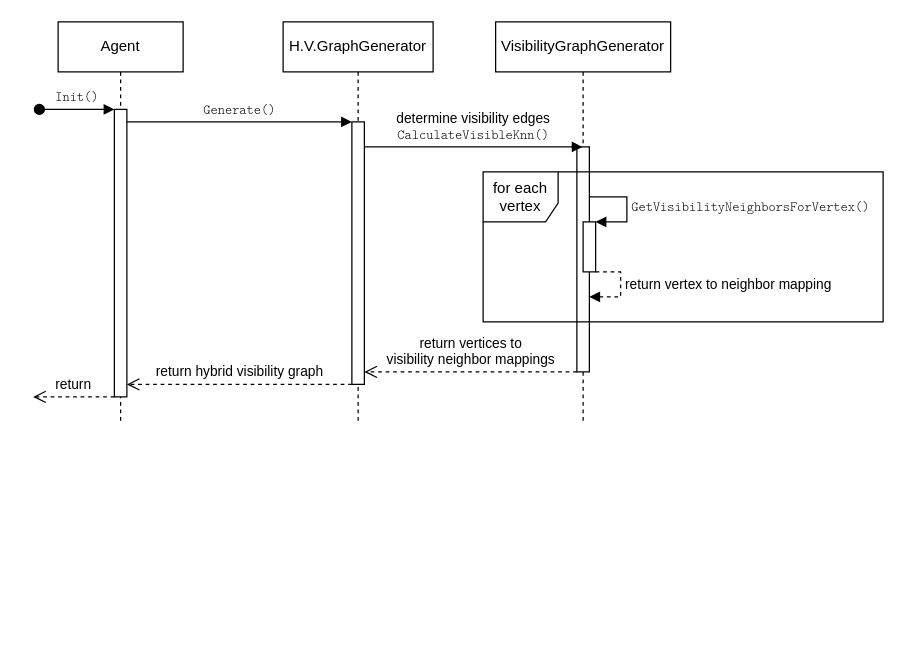
Earlier version of the draw.io diagram doc/components-sequence-generation.drawio (hauke96/master-thesis). Source tidied: cells renumbered, new cells numbered last; positions are measured from the earlier drawing's top-left corner, leaving out a move shared by most shapes. Both pictures are drawn from the tidied source at 125%, with x=0, y=0 at pixel (32, 21).
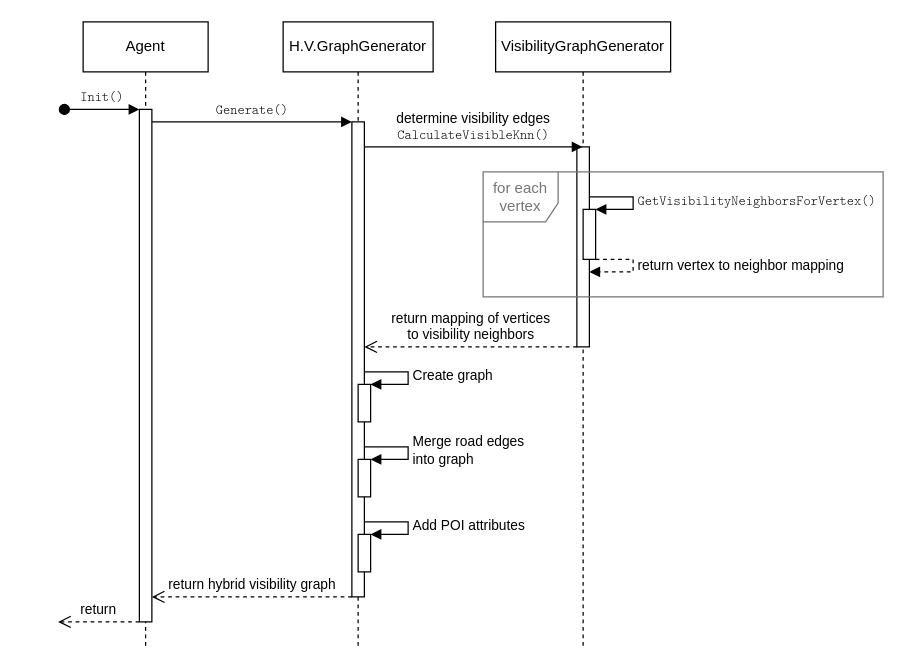
After the change.

Commit message (it also covers changes not shown here):
Add sequence diagrams to design chapter

What changed in the source:
```diff
@@
     <mxCell id="2" value="Agent" style="shape=umlLifeline;perimeter=lifelinePerimeter;whiteSpace=wrap;html=1;newEdgeStyle={&quot;edgeStyle&quot;:&quot;elbowEdgeStyle&quot;,&quot;elbow&quot;:&quot;vertical&quot;,&quot;curved&quot;:0,&quot;rounded&quot;:0};fontFamily=Linux Libertine;verticalAlign=middle;spacing=2;" parent="1" vertex="1">
-      <mxGeometry x="20" width="100" height="320" as="geometry" />
+      <mxGeometry x="40" width="100" height="500" as="geometry" />
     </mxCell>
     <mxCell id="3" style="html=1;points=[];perimeter=orthogonalPerimeter;outlineConnect=0;targetShapes=umlLifeline;portConstraint=eastwest;newEdgeStyle={&quot;edgeStyle&quot;:&quot;elbowEdgeStyle&quot;,&quot;elbow&quot;:&quot;vertical&quot;,&quot;curved&quot;:0,&quot;rounded&quot;:0};fontFamily=Linux Libertine;" parent="2" vertex="1">
-      <mxGeometry x="45" y="70" width="10" height="230" as="geometry" />
+      <mxGeometry x="45" y="70" width="10" height="410" as="geometry" />
     </mxCell>
@@
     <mxCell id="5" value="H.V.GraphGenerator" style="shape=umlLifeline;perimeter=lifelinePerimeter;whiteSpace=wrap;html=1;newEdgeStyle={&quot;edgeStyle&quot;:&quot;elbowEdgeStyle&quot;,&quot;elbow&quot;:&quot;vertical&quot;,&quot;curved&quot;:0,&quot;rounded&quot;:0};fontFamily=Linux Libertine;" parent="1" vertex="1">
-      <mxGeometry x="200" width="120" height="320" as="geometry" />
+      <mxGeometry x="200" width="120" height="500" as="geometry" />
     </mxCell>
     <mxCell id="6" style="html=1;points=[];perimeter=orthogonalPerimeter;outlineConnect=0;targetShapes=umlLifeline;portConstraint=eastwest;newEdgeStyle={&quot;edgeStyle&quot;:&quot;elbowEdgeStyle&quot;,&quot;elbow&quot;:&quot;vertical&quot;,&quot;curved&quot;:0,&quot;rounded&quot;:0};fontFamily=Linux Libertine;" parent="5" vertex="1">
-      <mxGeometry x="55" y="80" width="10" height="210" as="geometry" />
+      <mxGeometry x="55" y="80" width="10" height="380" as="geometry" />
     </mxCell>
+    <mxCell id="18" style="html=1;points=[];perimeter=orthogonalPerimeter;outlineConnect=0;targetShapes=umlLifeline;portConstraint=eastwest;newEdgeStyle={&quot;edgeStyle&quot;:&quot;elbowEdgeStyle&quot;,&quot;elbow&quot;:&quot;vertical&quot;,&quot;curved&quot;:0,&quot;rounded&quot;:0};" parent="5" vertex="1">
+      <mxGeometry x="60" y="290" width="10" height="30" as="geometry" />
+    </mxCell>
+    <mxCell id="19" value="&lt;font face=&quot;Linux Libertine&quot;&gt;Create graph&lt;br&gt;&lt;/font&gt;" style="html=1;align=left;spacingLeft=2;endArrow=block;rounded=0;edgeStyle=orthogonalEdgeStyle;curved=0;rounded=0;" parent="5" edge="1" target="18">
+      <mxGeometry relative="1" as="geometry">
+        <mxPoint x="65" y="280" as="sourcePoint" />
+        <Array as="points">
+          <mxPoint x="100" y="280" />
+          <mxPoint x="100" y="290" />
+        </Array>
+      </mxGeometry>
+    </mxCell>
+    <mxCell id="20" style="html=1;points=[];perimeter=orthogonalPerimeter;outlineConnect=0;targetShapes=umlLifeline;portConstraint=eastwest;newEdgeStyle={&quot;edgeStyle&quot;:&quot;elbowEdgeStyle&quot;,&quot;elbow&quot;:&quot;vertical&quot;,&quot;curved&quot;:0,&quot;rounded&quot;:0};" parent="5" vertex="1">
+      <mxGeometry x="60" y="350" width="10" height="30" as="geometry" />
+    </mxCell>
+    <mxCell id="21" value="&lt;div&gt;&lt;font face=&quot;Linux Libertine&quot;&gt;Merge road edges&lt;/font&gt;&lt;/div&gt;&lt;div&gt;&lt;font face=&quot;Linux Libertine&quot;&gt;into graph&lt;br&gt;&lt;/font&gt;&lt;/div&gt;" style="html=1;align=left;spacingLeft=2;endArrow=block;rounded=0;edgeStyle=orthogonalEdgeStyle;curved=0;rounded=0;" parent="5" edge="1" target="20">
+      <mxGeometry relative="1" as="geometry">
+        <mxPoint x="65" y="340" as="sourcePoint" />
+        <Array as="points">
+          <mxPoint x="100" y="340" />
+          <mxPoint x="100" y="350" />
+        </Array>
+      </mxGeometry>
+    </mxCell>
+    <mxCell id="22" style="html=1;points=[];perimeter=orthogonalPerimeter;outlineConnect=0;targetShapes=umlLifeline;portConstraint=eastwest;newEdgeStyle={&quot;edgeStyle&quot;:&quot;elbowEdgeStyle&quot;,&quot;elbow&quot;:&quot;vertical&quot;,&quot;curved&quot;:0,&quot;rounded&quot;:0};" parent="5" vertex="1">
+      <mxGeometry x="60" y="410" width="10" height="30" as="geometry" />
+    </mxCell>
+    <mxCell id="23" value="&lt;font face=&quot;Linux Libertine&quot;&gt;Add POI attributes&lt;br&gt;&lt;/font&gt;" style="html=1;align=left;spacingLeft=2;endArrow=block;rounded=0;edgeStyle=orthogonalEdgeStyle;curved=0;rounded=0;verticalAlign=middle;spacing=2;spacingBottom=0;spacingTop=0;" parent="5" edge="1" target="22">
+      <mxGeometry relative="1" as="geometry">
+        <mxPoint x="65" y="400" as="sourcePoint" />
+        <Array as="points">
+          <mxPoint x="100" y="400" />
+          <mxPoint x="100" y="410" />
+        </Array>
+      </mxGeometry>
+    </mxCell>
     <mxCell id="7" value="Generate()" style="html=1;verticalAlign=bottom;endArrow=block;edgeStyle=elbowEdgeStyle;elbow=vertical;curved=0;rounded=0;fontFamily=Latin Modern Mono Light;spacing=3;" parent="1" edge="1" source="3" target="6">
       <mxGeometry relative="1" as="geometry">
         <Array as="points">
-          <mxPoint x="160" y="80" />
+          <mxPoint x="180" y="80" />
         </Array>
       </mxGeometry>
     </mxCell>
     <mxCell id="8" value="return hybrid visibility graph" style="html=1;verticalAlign=bottom;endArrow=open;dashed=1;endSize=8;edgeStyle=elbowEdgeStyle;elbow=vertical;curved=0;rounded=0;fontFamily=Linux Libertine;spacing=3;" parent="1" edge="1" source="6" target="3">
       <mxGeometry relative="1" as="geometry">
         <Array as="points">
-          <mxPoint x="240" y="290" />
-          <mxPoint x="210" y="280" />
-          <mxPoint x="190" y="190" />
-          <mxPoint x="220" y="200" />
-          <mxPoint x="170" y="240" />
+          <mxPoint x="230" y="460" />
+          <mxPoint x="230" y="540" />
+          <mxPoint x="230" y="570" />
+          <mxPoint x="260" y="290" />
+          <mxPoint x="230" y="280" />
+          <mxPoint x="210" y="190" />
+          <mxPoint x="240" y="200" />
+          <mxPoint x="190" y="240" />
         </Array>
       </mxGeometry>
     </mxCell>
     <mxCell id="9" value="&lt;div&gt;VisibilityGraphGenerator&lt;/div&gt;" style="shape=umlLifeline;perimeter=lifelinePerimeter;whiteSpace=wrap;html=1;outlineConnect=0;portConstraint=eastwest;newEdgeStyle={&quot;edgeStyle&quot;:&quot;elbowEdgeStyle&quot;,&quot;elbow&quot;:&quot;vertical&quot;,&quot;curved&quot;:0,&quot;rounded&quot;:0};fontFamily=Linux Libertine;" parent="1" vertex="1">
-      <mxGeometry x="370" width="140" height="320" as="geometry" />
+      <mxGeometry x="370" width="140" height="500" as="geometry" />
     </mxCell>
     <mxCell id="10" style="html=1;points=[];perimeter=orthogonalPerimeter;outlineConnect=0;targetShapes=umlLifeline;portConstraint=eastwest;newEdgeStyle={&quot;edgeStyle&quot;:&quot;elbowEdgeStyle&quot;,&quot;elbow&quot;:&quot;vertical&quot;,&quot;curved&quot;:0,&quot;rounded&quot;:0};fontFamily=Linux Libertine;" parent="9" vertex="1">
-      <mxGeometry x="65" y="100" width="10" height="180" as="geometry" />
+      <mxGeometry x="65" y="100" width="10" height="160" as="geometry" />
     </mxCell>
     <mxCell id="11" style="html=1;points=[];perimeter=orthogonalPerimeter;outlineConnect=0;targetShapes=umlLifeline;portConstraint=eastwest;newEdgeStyle={&quot;edgeStyle&quot;:&quot;elbowEdgeStyle&quot;,&quot;elbow&quot;:&quot;vertical&quot;,&quot;curved&quot;:0,&quot;rounded&quot;:0};" parent="9" vertex="1">
-      <mxGeometry x="70" y="160" width="10" height="40" as="geometry" />
+      <mxGeometry x="70" y="150" width="10" height="40" as="geometry" />
     </mxCell>
     <mxCell id="12" value="&lt;div&gt;&lt;font&gt;GetVisibilityNeighborsForVertex()&lt;br&gt;&lt;/font&gt;&lt;/div&gt;" style="html=1;align=left;spacingLeft=2;endArrow=block;rounded=0;edgeStyle=orthogonalEdgeStyle;curved=0;rounded=0;fontFamily=Latin Modern Mono Light;" parent="9" edge="1" source="10" target="11">
       <mxGeometry relative="1" as="geometry">
         <Array as="points">
-          <mxPoint x="105" y="140" />
-          <mxPoint x="105" y="160" />
-          <mxPoint x="75" y="160" />
+          <mxPoint x="110" y="140" />
+          <mxPoint x="110" y="150" />
         </Array>
       </mxGeometry>
     </mxCell>
     <mxCell id="13" value="return vertex to neighbor mapping" style="html=1;align=left;spacingLeft=2;endArrow=block;rounded=0;edgeStyle=orthogonalEdgeStyle;curved=0;rounded=0;fontFamily=Linux Libertine;dashed=1;" parent="9" edge="1" source="11" target="10">
       <mxGeometry x="-0.08" relative="1" as="geometry">
         <Array as="points">
-          <mxPoint x="100" y="200" />
-          <mxPoint x="100" y="220" />
+          <mxPoint x="110" y="190" />
+          <mxPoint x="110" y="200" />
         </Array>
       </mxGeometry>
     </mxCell>
@@
-    <mxCell id="15" value="&lt;div&gt;return vertices to&lt;/div&gt;&lt;div&gt;visibility neighbor mappings&lt;/div&gt;" style="html=1;verticalAlign=bottom;endArrow=open;dashed=1;endSize=8;edgeStyle=elbowEdgeStyle;elbow=vertical;curved=0;rounded=0;fontFamily=Linux Libertine;spacing=3;" parent="1" edge="1" source="10" target="6">
+    <mxCell id="15" value="&lt;div&gt;return mapping of vertices&lt;/div&gt;&lt;div&gt;to visibility neighbors&lt;/div&gt;" style="html=1;verticalAlign=bottom;endArrow=open;dashed=1;endSize=8;edgeStyle=elbowEdgeStyle;elbow=vertical;curved=0;rounded=0;fontFamily=Linux Libertine;spacing=3;" parent="1" edge="1" source="10" target="6">
       <mxGeometry relative="1" as="geometry">
         <Array as="points">
+          <mxPoint x="380" y="260" />
           <mxPoint x="420" y="280" />
           <mxPoint x="380" y="260" />
           <mxPoint x="400" y="180" />
           <mxPoint x="410" y="220" />
           <mxPoint x="420" y="180" />
         </Array>
       </mxGeometry>
     </mxCell>
     <mxCell id="16" value="return" style="html=1;verticalAlign=bottom;endArrow=open;dashed=1;endSize=8;edgeStyle=elbowEdgeStyle;elbow=vertical;curved=0;rounded=0;fontFamily=Linux Libertine;spacing=3;" parent="1" edge="1" source="3">
       <mxGeometry relative="1" as="geometry">
-        <mxPoint y="300" as="targetPoint" />
+        <mxPoint x="20" y="480" as="targetPoint" />
         <Array as="points">
-          <mxPoint x="40" y="300" />
-          <mxPoint x="30" y="220" />
-          <mxPoint x="105" y="280" />
-          <mxPoint x="135" y="290" />
-          <mxPoint x="85" y="330" />
+          <mxPoint x="80" y="480" />
+          <mxPoint x="70" y="560" />
+          <mxPoint x="60" y="400" />
+          <mxPoint x="60" y="300" />
+          <mxPoint x="50" y="220" />
+          <mxPoint x="125" y="280" />
+          <mxPoint x="155" y="290" />
+          <mxPoint x="105" y="330" />
         </Array>
       </mxGeometry>
     </mxCell>
-    <mxCell id="17" value="&lt;font face=&quot;Linux Libertine&quot;&gt;for each vertex&lt;br&gt;&lt;/font&gt;" style="shape=umlFrame;whiteSpace=wrap;html=1;width=60;height=40;" parent="1" vertex="1">
-      <mxGeometry x="360" y="120" width="320" height="120" as="geometry" />
+    <mxCell id="17" value="&lt;font face=&quot;Linux Libertine&quot;&gt;for each vertex&lt;br&gt;&lt;/font&gt;" style="shape=umlFrame;whiteSpace=wrap;html=1;width=60;height=40;strokeColor=#757575;fontColor=#757575;" parent="1" vertex="1">
+      <mxGeometry x="360" y="120" width="320" height="100" as="geometry" />
     </mxCell>
```
